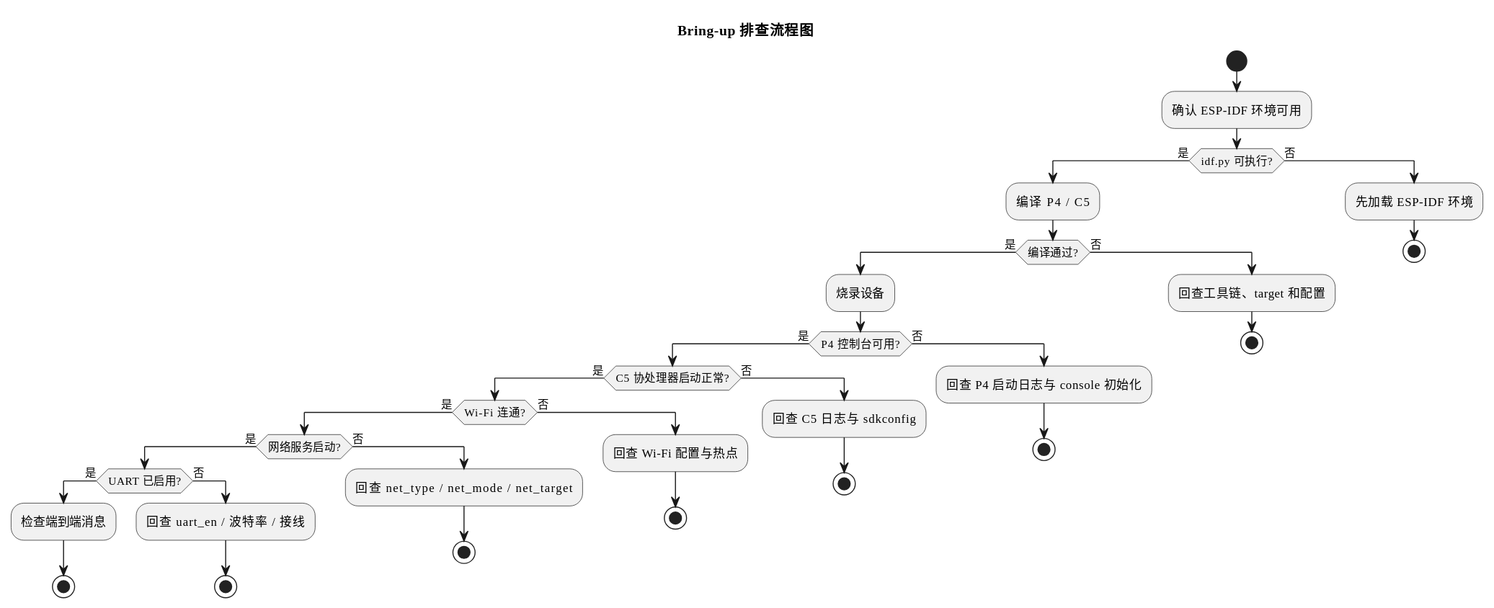
Above: docs/diagrams/rendered/bringup-checklist-flow.svg in B0weny-qwq/SunrayNext-FlyControl-Helper (PlantUML), before the change. Source of this version:
```plantuml
@startuml
title Bring-up 排查流程图
!include _theme.iuml

start
:确认 ESP-IDF 环境可用;
if (idf.py 可执行?) then (是)
  :编译 P4 / C5;
  if (编译通过?) then (是)
    :烧录设备;
    if (P4 控制台可用?) then (是)
      if (C5 协处理器启动正常?) then (是)
        if (Wi-Fi 连通?) then (是)
          if (网络服务启动?) then (是)
            if (UART 已启用?) then (是)
              :检查端到端消息;
              stop
            else (否)
              :回查 uart_en / 波特率 / 接线;
              stop
            endif
          else (否)
            :回查 net_type / net_mode / net_target;
            stop
          endif
        else (否)
          :回查 Wi-Fi 配置与热点;
          stop
        endif
      else (否)
        :回查 C5 日志与 sdkconfig;
        stop
      endif
    else (否)
      :回查 P4 启动日志与 console 初始化;
      stop
    endif
  else (否)
    :回查工具链、target 和配置;
    stop
  endif
else (否)
  :先加载 ESP-IDF 环境;
  stop
endif
@enduml
```
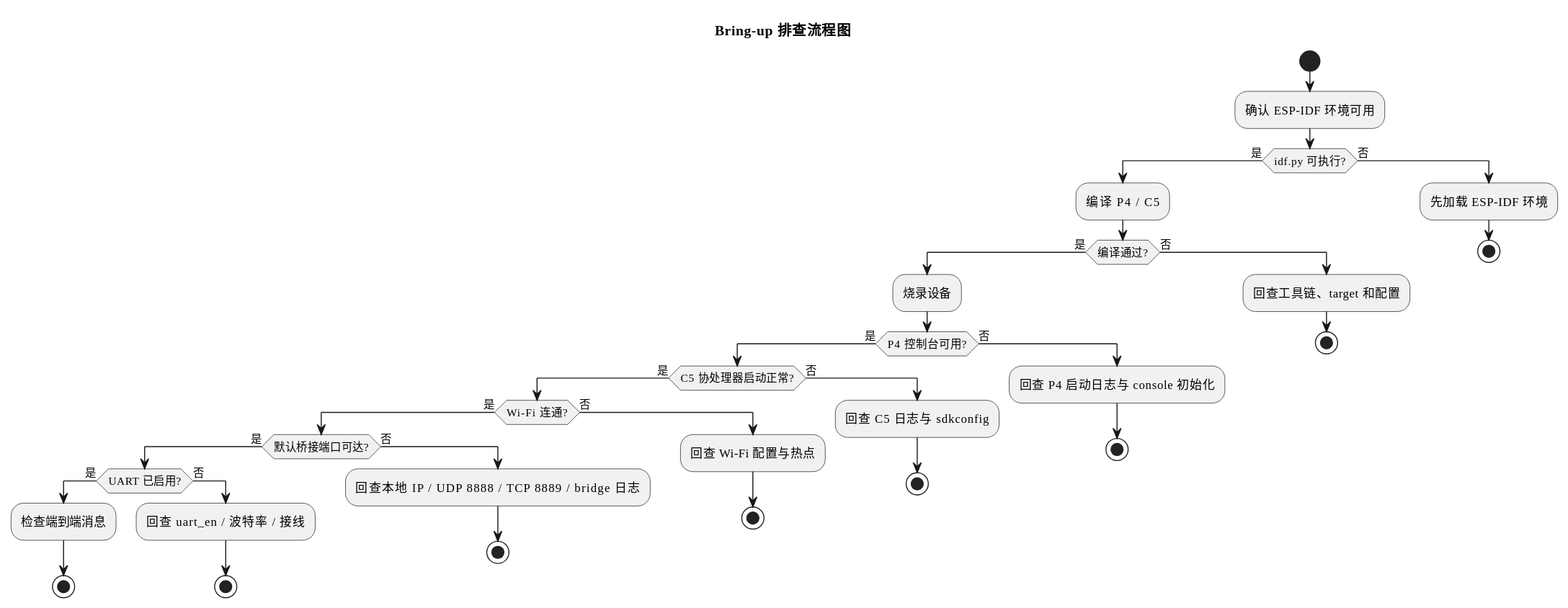
Later version of the same file.

What changed in the source:
```diff
@@ -11,7 +11,7 @@
     if (P4 控制台可用?) then (是)
       if (C5 协处理器启动正常?) then (是)
         if (Wi-Fi 连通?) then (是)
-          if (网络服务启动?) then (是)
+          if (默认桥接端口可达?) then (是)
             if (UART 已启用?) then (是)
               :检查端到端消息;
               stop
@@ -20,7 +20,7 @@
               stop
             endif
           else (否)
-            :回查 net_type / net_mode / net_target;
+            :回查本地 IP / UDP 8888 / TCP 8889 / bridge 日志;
             stop
           endif
         else (否)
```
